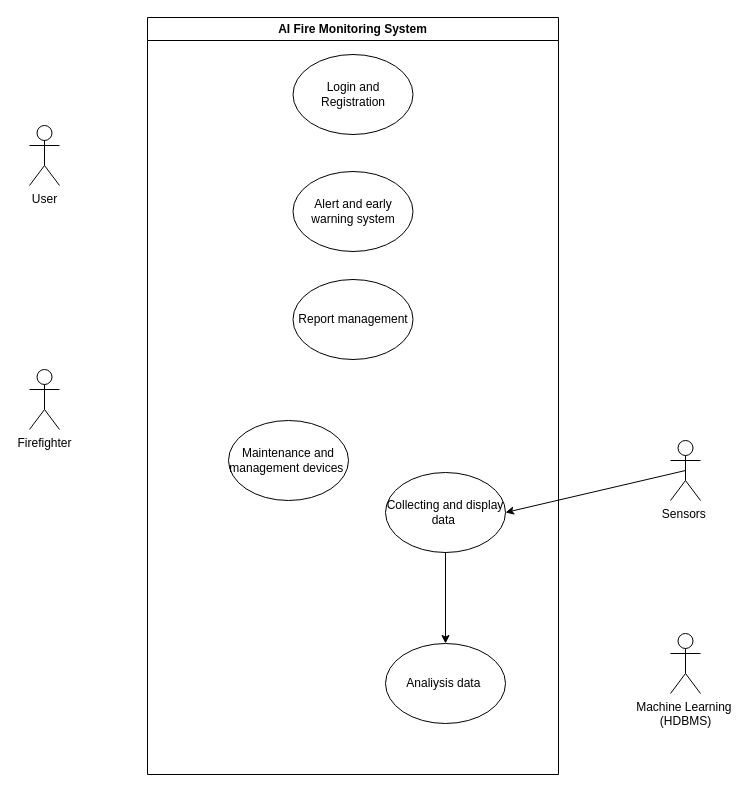
The draw.io diagram page "Use case" (2 of 6) of doc/PSM.drawio in SNFASA/AI-Fire-Monitoring-System, before the edit. Source tidied: cells renumbered, new cells numbered last; positions are measured from the earlier drawing's top-left corner, leaving out a move shared by most shapes. Both pictures are drawn from the tidied source at 100%, with x=0, y=0 at pixel (29, 17).
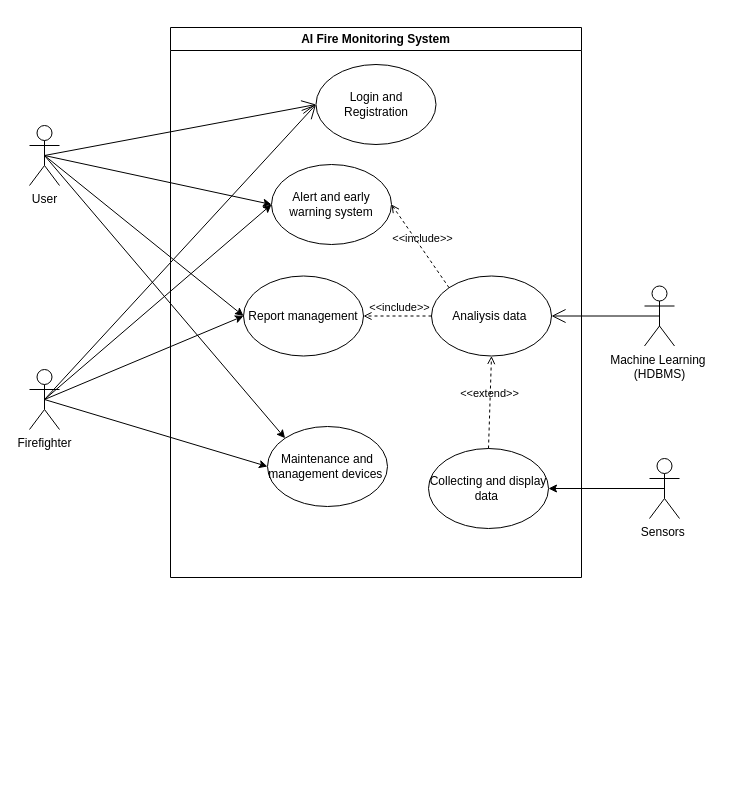
Above is the later version.

Unchanged cells that the change refers to:
```xml
<mxCell id="3" value="Login and Registration" style="ellipse;whiteSpace=wrap;html=1;" parent="2" vertex="1">
  <mxGeometry x="145.5" y="37" width="120" height="80" as="geometry" />
</mxCell>
<mxCell id="10" value="User" style="shape=umlActor;verticalLabelPosition=bottom;verticalAlign=top;html=1;outlineConnect=0;" parent="1" vertex="1">
  <mxGeometry y="108" width="30" height="60" as="geometry" />
</mxCell>
<mxCell id="11" value="Firefighter" style="shape=umlActor;verticalLabelPosition=bottom;verticalAlign=top;html=1;outlineConnect=0;" parent="1" vertex="1">
  <mxGeometry y="352" width="30" height="60" as="geometry" />
</mxCell>
```

Diff of the diagram source:
```diff
@@
     <mxCell id="2" value="AI Fire Monitoring System" style="swimlane;whiteSpace=wrap;html=1;" parent="1" vertex="1">
-      <mxGeometry x="118" width="411" height="757" as="geometry" />
+      <mxGeometry x="141" y="10" width="411" height="550" as="geometry" />
     </mxCell>
@@
     <mxCell id="4" value="Collecting and display data&amp;nbsp;" style="ellipse;whiteSpace=wrap;html=1;" parent="2" vertex="1">
-      <mxGeometry x="238" y="455" width="120" height="80" as="geometry" />
+      <mxGeometry x="258" y="421" width="120" height="80" as="geometry" />
     </mxCell>
     <mxCell id="5" value="Analiysis data&amp;nbsp;" style="ellipse;whiteSpace=wrap;html=1;" parent="2" vertex="1">
-      <mxGeometry x="238" y="626" width="120" height="80" as="geometry" />
+      <mxGeometry x="261" y="248.5" width="120" height="80" as="geometry" />
     </mxCell>
     <mxCell id="6" value="Alert and early warning system" style="ellipse;whiteSpace=wrap;html=1;" parent="2" vertex="1">
-      <mxGeometry x="145.5" y="154" width="120" height="80" as="geometry" />
+      <mxGeometry x="101" y="137" width="120" height="80" as="geometry" />
     </mxCell>
     <mxCell id="7" value="Report management" style="ellipse;whiteSpace=wrap;html=1;" parent="2" vertex="1">
-      <mxGeometry x="145.5" y="262" width="120" height="80" as="geometry" />
+      <mxGeometry x="73" y="248.5" width="120" height="80" as="geometry" />
     </mxCell>
     <mxCell id="8" value="Maintenance and management devices&amp;nbsp;" style="ellipse;whiteSpace=wrap;html=1;" parent="2" vertex="1">
-      <mxGeometry x="81" y="403" width="120" height="80" as="geometry" />
+      <mxGeometry x="97" y="399" width="120" height="80" as="geometry" />
     </mxCell>
-    <mxCell id="9" style="endArrow=classic;html=1;rounded=0;exitX=0.5;exitY=1;exitDx=0;exitDy=0;entryX=0.5;entryY=0;entryDx=0;entryDy=0;" parent="2" edge="1" source="4" target="5">
+    <mxCell id="9" value="&amp;lt;&amp;lt;extend&amp;gt;&amp;gt;" style="html=1;verticalAlign=bottom;labelBackgroundColor=none;endArrow=open;endFill=0;dashed=1;rounded=0;strokeColor=default;align=center;fontFamily=Helvetica;fontSize=11;fontColor=default;entryX=0.5;entryY=1;entryDx=0;entryDy=0;exitX=0.5;exitY=0;exitDx=0;exitDy=0;" parent="2" edge="1" source="4" target="5">
       <mxGeometry relative="1" as="geometry" />
     </mxCell>
+    <mxCell id="15" value="&amp;lt;&amp;lt;include&amp;gt;&amp;gt;" style="html=1;verticalAlign=bottom;labelBackgroundColor=none;endArrow=open;endFill=0;dashed=1;rounded=0;strokeColor=default;align=center;fontFamily=Helvetica;fontSize=11;fontColor=default;entryX=1;entryY=0.5;entryDx=0;entryDy=0;exitX=0;exitY=0;exitDx=0;exitDy=0;" parent="2" edge="1" source="5" target="6">
+      <mxGeometry x="-0.03" relative="1" as="geometry">
+        <mxPoint x="1" as="offset" />
+      </mxGeometry>
+    </mxCell>
+    <mxCell id="16" value="&amp;lt;&amp;lt;include&amp;gt;&amp;gt;" style="html=1;verticalAlign=bottom;labelBackgroundColor=none;endArrow=open;endFill=0;dashed=1;rounded=0;strokeColor=default;align=center;fontFamily=Helvetica;fontSize=11;fontColor=default;entryX=1;entryY=0.5;entryDx=0;entryDy=0;exitX=0;exitY=0.5;exitDx=0;exitDy=0;" parent="2" edge="1" source="5" target="7">
+      <mxGeometry x="-0.03" relative="1" as="geometry">
+        <mxPoint x="1" as="offset" />
+      </mxGeometry>
+    </mxCell>
@@
     <mxCell id="12" value="Sensors&amp;nbsp;" style="shape=umlActor;verticalLabelPosition=bottom;verticalAlign=top;html=1;outlineConnect=0;" parent="1" vertex="1">
-      <mxGeometry x="641" y="423" width="30" height="60" as="geometry" />
+      <mxGeometry x="620" y="441" width="30" height="60" as="geometry" />
     </mxCell>
     <mxCell id="13" value="Machine Learning&amp;nbsp;&lt;div&gt;(HDBMS)&lt;/div&gt;" style="shape=umlActor;verticalLabelPosition=bottom;verticalAlign=top;html=1;outlineConnect=0;" parent="1" vertex="1">
-      <mxGeometry x="641" y="616" width="30" height="60" as="geometry" />
+      <mxGeometry x="615" y="268.5" width="30" height="60" as="geometry" />
     </mxCell>
@@
+    <mxCell id="17" style="endArrow=open;endFill=1;endSize=12;html=1;rounded=0;strokeColor=default;align=center;verticalAlign=middle;fontFamily=Helvetica;fontSize=11;fontColor=default;labelBackgroundColor=default;exitX=0.5;exitY=0.5;exitDx=0;exitDy=0;exitPerimeter=0;entryX=1;entryY=0.5;entryDx=0;entryDy=0;" parent="1" edge="1" source="13" target="5">
+      <mxGeometry relative="1" as="geometry" />
+    </mxCell>
+    <mxCell id="18" style="endArrow=open;endFill=1;endSize=12;html=1;rounded=0;strokeColor=default;align=center;verticalAlign=middle;fontFamily=Helvetica;fontSize=11;fontColor=default;labelBackgroundColor=default;exitX=0.5;exitY=0.5;exitDx=0;exitDy=0;exitPerimeter=0;entryX=0;entryY=0.5;entryDx=0;entryDy=0;" parent="1" edge="1" source="10" target="3">
+      <mxGeometry relative="1" as="geometry" />
+    </mxCell>
+    <mxCell id="19" style="endArrow=open;endFill=1;endSize=12;html=1;rounded=0;strokeColor=default;align=center;verticalAlign=middle;fontFamily=Helvetica;fontSize=11;fontColor=default;labelBackgroundColor=default;exitX=0.5;exitY=0.5;exitDx=0;exitDy=0;exitPerimeter=0;entryX=0;entryY=0.5;entryDx=0;entryDy=0;" parent="1" edge="1" source="11" target="3">
+      <mxGeometry relative="1" as="geometry" />
+    </mxCell>
+    <mxCell id="20" style="endArrow=classic;html=1;rounded=0;exitX=0.5;exitY=0.5;exitDx=0;exitDy=0;entryX=0;entryY=0.5;entryDx=0;entryDy=0;exitPerimeter=0;" parent="1" edge="1" source="10" target="6">
+      <mxGeometry relative="1" as="geometry" />
+    </mxCell>
+    <mxCell id="21" style="endArrow=classic;html=1;rounded=0;exitX=0.5;exitY=0.5;exitDx=0;exitDy=0;entryX=0;entryY=0;entryDx=0;entryDy=0;exitPerimeter=0;" parent="1" edge="1" source="10" target="8">
+      <mxGeometry relative="1" as="geometry" />
+    </mxCell>
+    <mxCell id="22" style="endArrow=classic;html=1;rounded=0;exitX=0.5;exitY=0.5;exitDx=0;exitDy=0;entryX=0;entryY=0.5;entryDx=0;entryDy=0;exitPerimeter=0;" parent="1" edge="1" source="11" target="7">
+      <mxGeometry relative="1" as="geometry" />
+    </mxCell>
+    <mxCell id="23" style="endArrow=classic;html=1;rounded=0;exitX=0.5;exitY=0.5;exitDx=0;exitDy=0;entryX=0;entryY=0.5;entryDx=0;entryDy=0;exitPerimeter=0;" parent="1" edge="1" source="11" target="8">
+      <mxGeometry relative="1" as="geometry" />
+    </mxCell>
+    <mxCell id="24" style="endArrow=classic;html=1;rounded=0;exitX=0.5;exitY=0.5;exitDx=0;exitDy=0;entryX=0;entryY=0.5;entryDx=0;entryDy=0;exitPerimeter=0;" parent="1" edge="1" source="11" target="6">
+      <mxGeometry relative="1" as="geometry" />
+    </mxCell>
+    <mxCell id="25" style="endArrow=classic;html=1;rounded=0;exitX=0.5;exitY=0.5;exitDx=0;exitDy=0;entryX=0;entryY=0.5;entryDx=0;entryDy=0;exitPerimeter=0;" parent="1" edge="1" source="10" target="7">
+      <mxGeometry relative="1" as="geometry" />
+    </mxCell>
```
